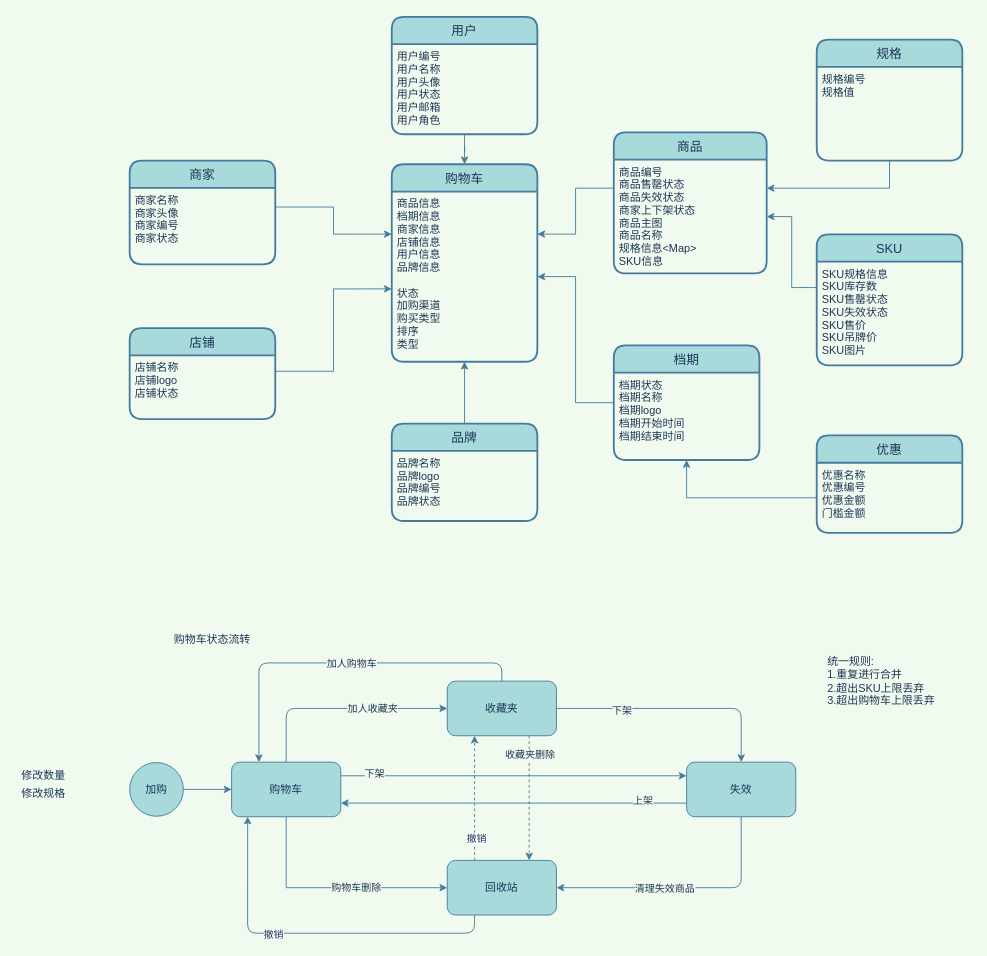
Above: 购物车领域模型图.drawio in mingtian110/pc_home (draw.io), before the change. Source tidied: cells renumbered, new cells numbered last; positions are measured from the earlier drawing's top-left corner, leaving out a move shared by most shapes. Both pictures are drawn from the tidied source at 91%, with x=0, y=0 at pixel (15, 16).
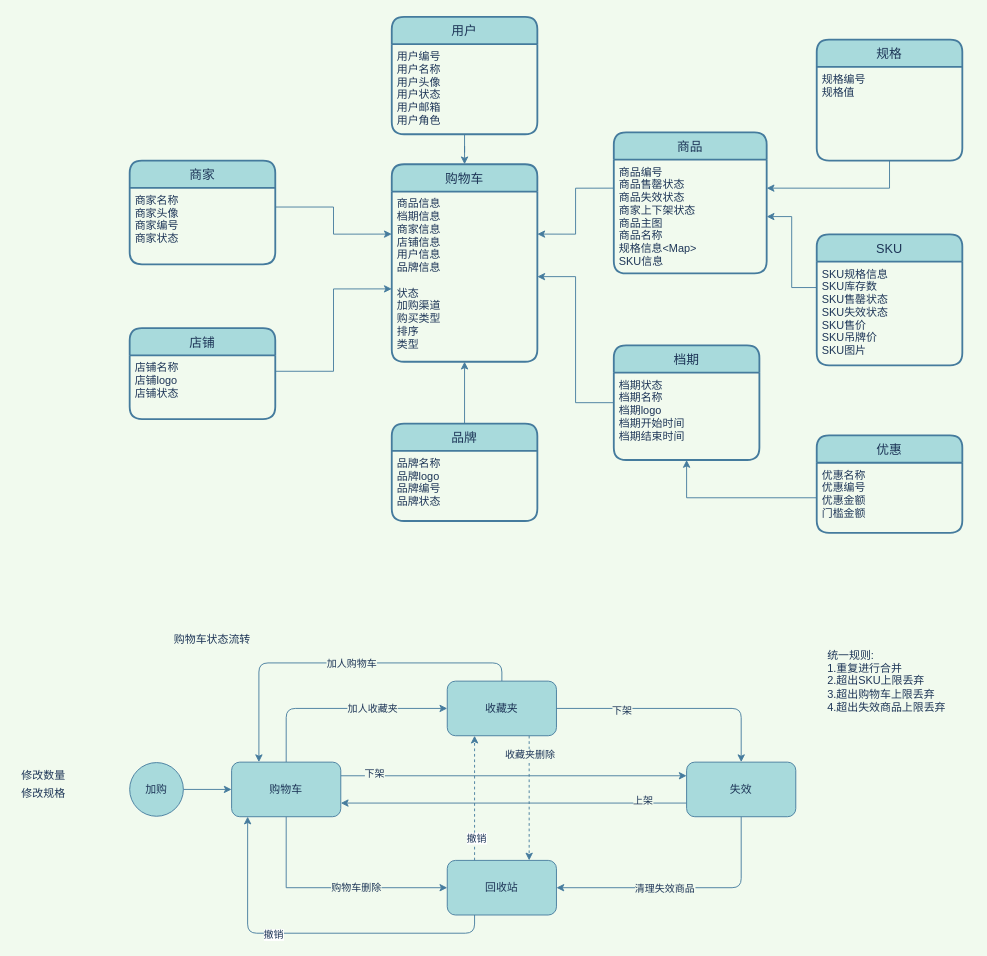
The same diagram, later.

Commit message:
更新购物车领域模型图.drawio

What changed in the source:
```diff
@@
-    <mxCell id="60" value="统一规则:&lt;br&gt;1.重复进行合并&lt;br&gt;2.超出SKU上限丢弃&lt;br&gt;3.超出购物车上限丢弃" style="text;html=1;strokeColor=none;fillColor=none;align=left;verticalAlign=middle;whiteSpace=wrap;rounded=0;sketch=0;fontColor=#1D3557;" parent="1" vertex="1">
+    <mxCell id="60" value="统一规则:&lt;br&gt;1.重复进行合并&lt;br&gt;2.超出SKU上限丢弃&lt;br&gt;3.超出购物车上限丢弃&lt;br&gt;4.超出失效商品上限丢弃" style="text;html=1;strokeColor=none;fillColor=none;align=left;verticalAlign=middle;whiteSpace=wrap;rounded=0;sketch=0;fontColor=#1D3557;" parent="1" vertex="1">
       <mxGeometry x="890" y="670" width="161" height="120" as="geometry" />
     </mxCell>
```
